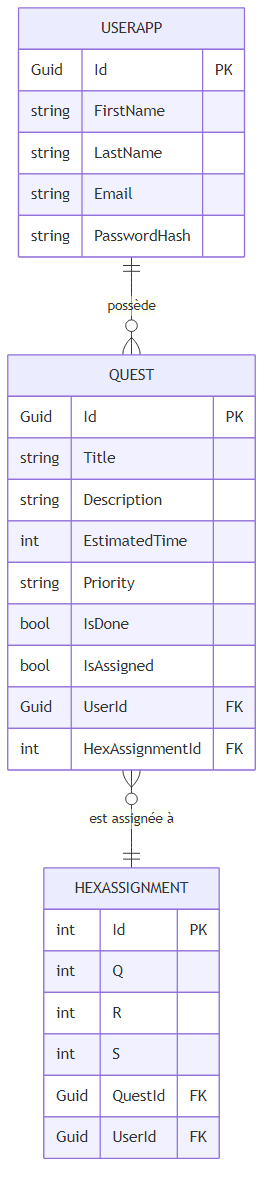
AntoineSPR/hexaplanning_frontend keeps this Mermaid diagram as dossier_projet/images/mcd.png. Above is the earlier version. Its source is kept beside it as dossier_projet/images/mcd.mmd.
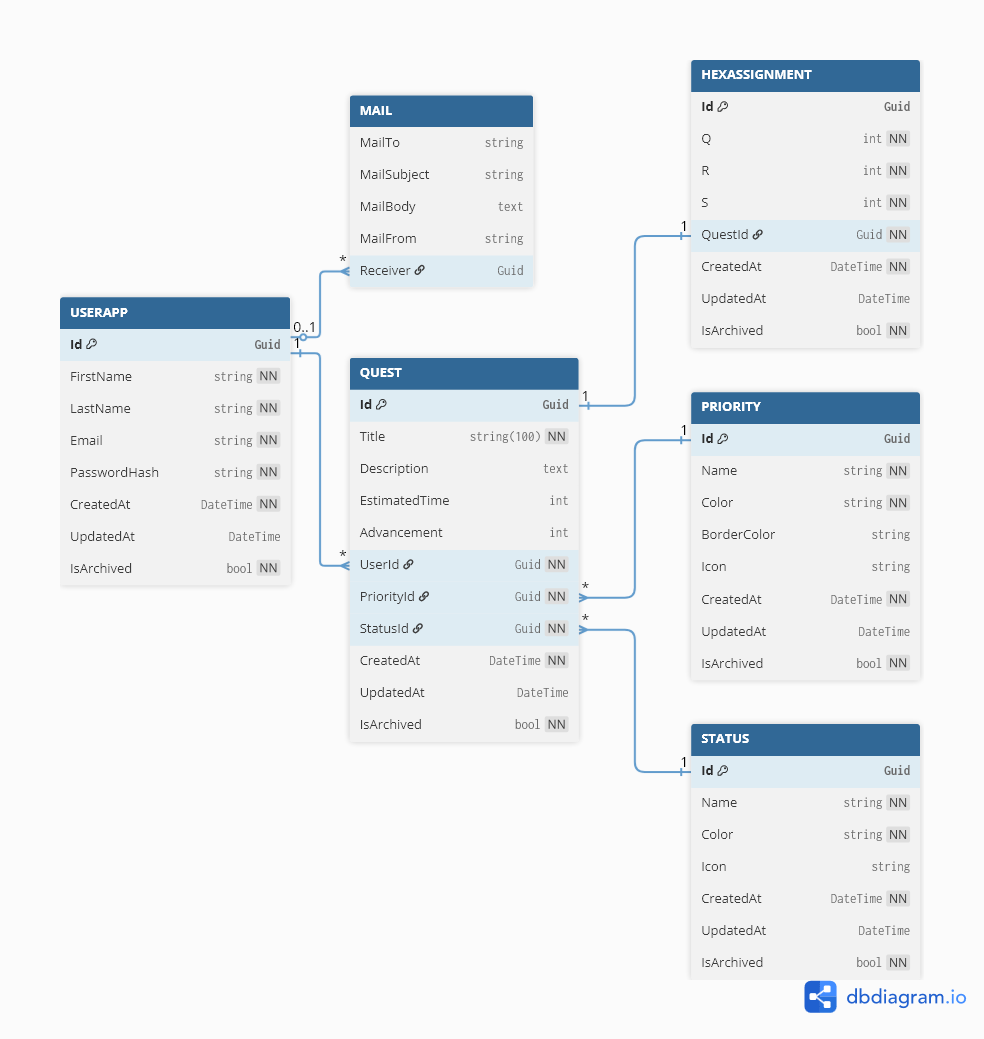
After the commit.

Commit message:
Rework DB diagram and relations

What changed in the source:
```diff
@@ -1,30 +1,71 @@
 erDiagram
-   USERAPP ||--o{ QUEST : possède
-   QUEST }o--|| HEXASSIGNMENT : "est assignée à"
+    USERAPP ||--o{ QUEST : possède
+    QUEST }o--|| PRIORITY : "a une"
+    QUEST }o--|| STATUS : "a un"
+    QUEST ||--o| HEXASSIGNMENT : "peut être assignée à"
 
-   USERAPP {
-      Guid Id PK
-      string FirstName
-      string LastName
-      string Email
-      string PasswordHash
-   }
-   QUEST {
-      Guid Id PK
-      string Title
-      string Description
-      int EstimatedTime
-      string Priority
-      bool IsDone
-      bool IsAssigned
-   Guid UserId FK
-   int HexAssignmentId FK
-   }
-   HEXASSIGNMENT {
-      int Id PK
-      int Q
-      int R
-      int S
-      Guid QuestId FK
-      Guid UserId FK
-   }
+    USERAPP {
+        Guid Id PK
+        string FirstName
+        string LastName
+        string Email
+        string PasswordHash
+        DateTime CreatedAt
+        DateTime UpdatedAt
+        bool IsArchived
+    }
+
+    QUEST {
+        Guid Id PK
+        string Title
+        string Description
+        int EstimatedTime
+        int Advancement
+        Guid UserId FK
+        Guid PriorityId FK
+        Guid StatusId FK
+        Guid HexAssignmentId FK
+        DateTime CreatedAt
+        DateTime UpdatedAt
+        bool IsArchived
+    }
+
+    PRIORITY {
+        Guid Id PK
+        string Name
+        string Color
+        string BorderColor
+        string Icon
+        DateTime CreatedAt
+        DateTime UpdatedAt
+        bool IsArchived
+    }
+
+    STATUS {
+        Guid Id PK
+        string Name
+        string Color
+        string Icon
+        DateTime CreatedAt
+        DateTime UpdatedAt
+        bool IsArchived
+    }
+
+    HEXASSIGNMENT {
+        Guid Id PK
+        int Q
+        int R
+        int S
+        Guid QuestId FK
+        DateTime CreatedAt
+        DateTime UpdatedAt
+        bool IsArchived
+    }
+
+    MAIL {
+        string MailTo
+        string MailSubject
+        string MailBody
+        string MailFrom
+        UserApp Receiver
+    }
```
